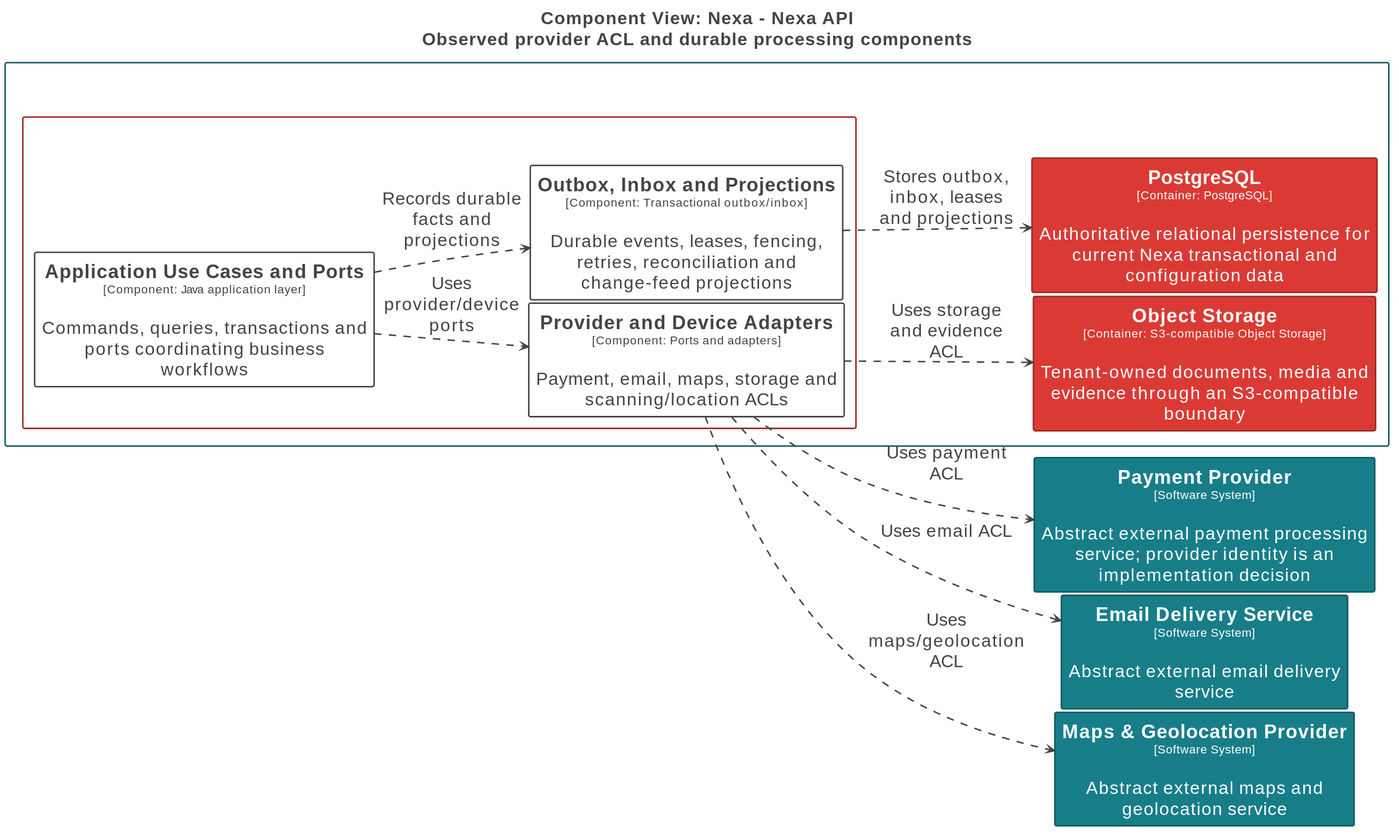
Earlier version of the PlantUML export 01-shared/architecture/c4/exports/l3/Nexa-API-IntegrationReliability-ASIS.svg (nexa-suite/blueprint). Source of this version:
```plantuml
@startuml
title <size:24>Component View: Nexa - Nexa API</size>\n<size:24>Observed provider ACL and durable processing components</size>

set separator none
left to right direction
skinparam ranksep 20
skinparam nodesep 5
hide stereotype

<style>
  root {
    BackgroundColor: #ffffff;
    FontColor: #444444;
  }
  // Element
  .Element-RWxlbWVudA== {
    BackgroundColor: #ffffff;
    LineColor: #444444;
    LineStyle: 0;
    LineThickness: 2;
    FontColor: #444444;
    FontSize: 24;
    HorizontalAlignment: center;
    Shadowing: 0;
    MaximumWidth: 450;
  }
  // Element,Container
  .Element-RWxlbWVudCxDb250YWluZXI= {
    BackgroundColor: #db3a34;
    LineColor: #992824;
    LineStyle: 0;
    LineThickness: 2;
    FontColor: #ffffff;
    FontSize: 24;
    HorizontalAlignment: center;
    Shadowing: 0;
    MaximumWidth: 450;
  }
  // Element,Software System
  .Element-RWxlbWVudCxTb2Z0d2FyZSBTeXN0ZW0= {
    BackgroundColor: #177e89;
    LineColor: #10585f;
    LineStyle: 0;
    LineThickness: 2;
    FontColor: #ffffff;
    FontSize: 24;
    HorizontalAlignment: center;
    Shadowing: 0;
    MaximumWidth: 450;
  }
  // Relationship
  .Relationship-UmVsYXRpb25zaGlw {
    LineThickness: 2;
    LineStyle: 10-10;
    LineColor: #444444;
    FontColor: #444444;
    FontSize: 24;
    MaximumWidth: 200;
  }
  // Nexa
  .Boundary-TmV4YQ== {
    BackgroundColor: #ffffff;
    LineColor: #10585f;
    LineStyle: 0;
    LineThickness: 2;
    FontColor: #ffffff;
    FontSize: 24;
    HorizontalAlignment: center;
    Shadowing: 0;
  }
  // Nexa API
  .Boundary-TmV4YSBBUEk= {
    BackgroundColor: #ffffff;
    LineColor: #992824;
    LineStyle: 0;
    LineThickness: 2;
    FontColor: #ffffff;
    FontSize: 24;
    HorizontalAlignment: center;
    Shadowing: 0;
  }
</style>

rectangle "==Payment Provider\n<size:16>[Software System]</size>\n\nAbstract external payment processing service; provider identity is an implementation decision" <<Element-RWxlbWVudCxTb2Z0d2FyZSBTeXN0ZW0=>> as PaymentProvider
rectangle "==Email Delivery Service\n<size:16>[Software System]</size>\n\nAbstract external email delivery service" <<Element-RWxlbWVudCxTb2Z0d2FyZSBTeXN0ZW0=>> as EmailDeliveryService
rectangle "==Maps & Geolocation Provider\n<size:16>[Software System]</size>\n\nAbstract external maps and geolocation service" <<Element-RWxlbWVudCxTb2Z0d2FyZSBTeXN0ZW0=>> as MapsGeolocationProvider

rectangle "Nexa\n<size:16>[Software System]</size>" <<Boundary-TmV4YQ==>> {
  rectangle "Nexa API\n<size:16>[Container: Java 25 / Spring Boot 4.1 / Spring Modulith modular monolith]</size>" <<Boundary-TmV4YSBBUEk=>> {
    rectangle "==Application Use Cases and Ports\n<size:16>[Component: Java application layer]</size>\n\nCommands, queries, transactions and ports coordinating business workflows" <<Element-RWxlbWVudA==>> as Nexa.NexaAPI.ApplicationUseCasesandPorts
    rectangle "==Provider and Device Adapters\n<size:16>[Component: Ports and adapters]</size>\n\nPayment, email, maps, storage and scanning/location ACLs" <<Element-RWxlbWVudA==>> as Nexa.NexaAPI.ProviderandDeviceAdapters
    rectangle "==Outbox, Inbox and Projections\n<size:16>[Component: Transactional outbox/inbox]</size>\n\nDurable events, leases, fencing, retries, reconciliation and change-feed projections" <<Element-RWxlbWVudA==>> as Nexa.NexaAPI.OutboxInboxandProjections
  }

  rectangle "==PostgreSQL\n<size:16>[Container: PostgreSQL]</size>\n\nAuthoritative relational persistence for current Nexa transactional and configuration data" <<Element-RWxlbWVudCxDb250YWluZXI=>> as Nexa.PostgreSQL
  rectangle "==Object Storage\n<size:16>[Container: S3-compatible Object Storage]</size>\n\nTenant-owned documents, media and evidence through an S3-compatible boundary" <<Element-RWxlbWVudCxDb250YWluZXI=>> as Nexa.ObjectStorage
}

Nexa.NexaAPI.ApplicationUseCasesandPorts --> Nexa.NexaAPI.ProviderandDeviceAdapters <<Relationship-UmVsYXRpb25zaGlw>> : "Uses provider/device ports"
Nexa.NexaAPI.ApplicationUseCasesandPorts --> Nexa.NexaAPI.OutboxInboxandProjections <<Relationship-UmVsYXRpb25zaGlw>> : "Records durable facts and projections"
Nexa.NexaAPI.OutboxInboxandProjections --> Nexa.PostgreSQL <<Relationship-UmVsYXRpb25zaGlw>> : "Stores outbox, inbox, leases and projections"
Nexa.NexaAPI.ProviderandDeviceAdapters --> PaymentProvider <<Relationship-UmVsYXRpb25zaGlw>> : "Uses payment ACL"
Nexa.NexaAPI.ProviderandDeviceAdapters --> EmailDeliveryService <<Relationship-UmVsYXRpb25zaGlw>> : "Uses email ACL"
Nexa.NexaAPI.ProviderandDeviceAdapters --> MapsGeolocationProvider <<Relationship-UmVsYXRpb25zaGlw>> : "Uses maps/geolocation ACL"
Nexa.NexaAPI.ProviderandDeviceAdapters --> Nexa.ObjectStorage <<Relationship-UmVsYXRpb25zaGlw>> : "Uses storage and evidence ACL"
@enduml
```
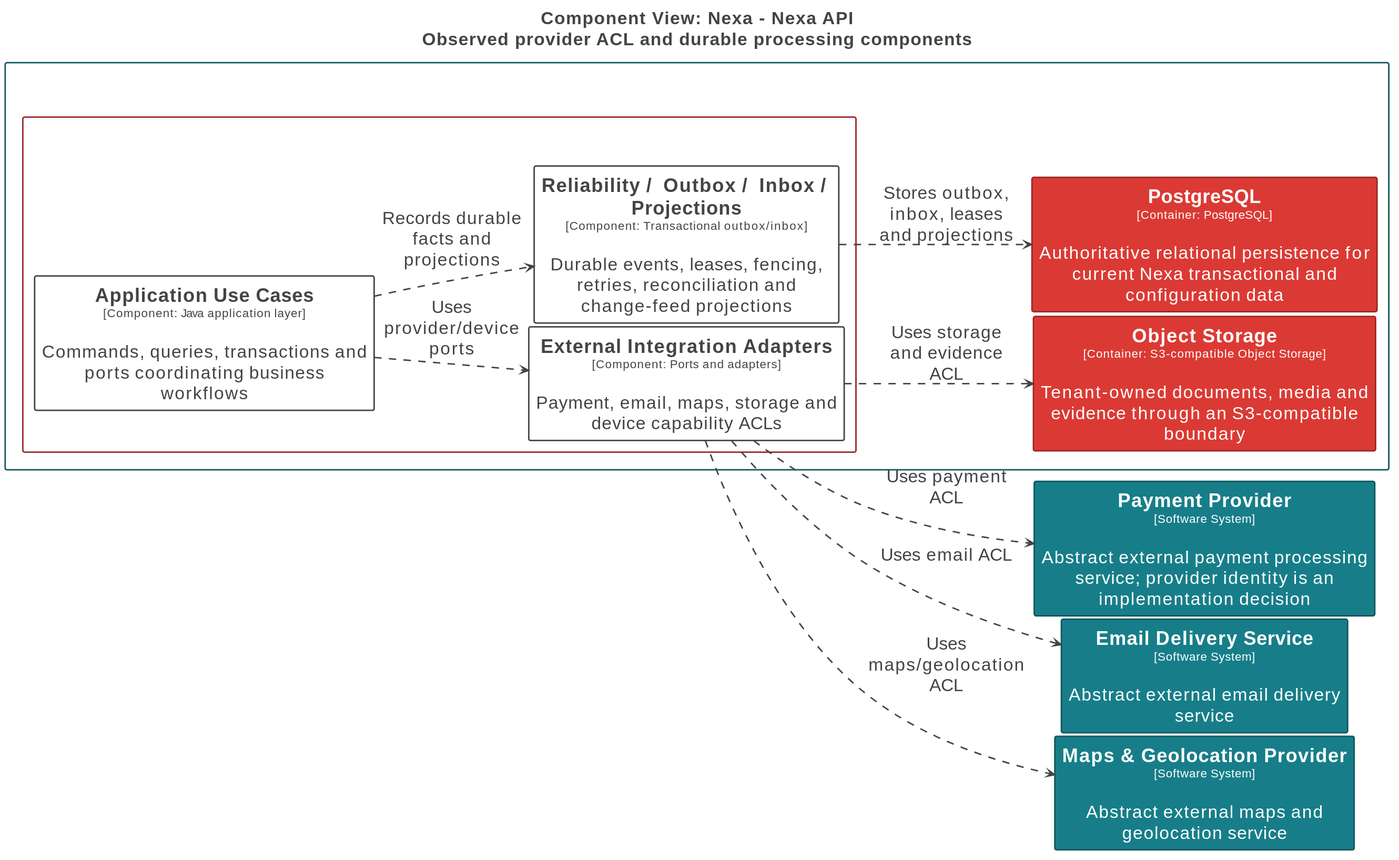
The same file after the commit.

The edit, as a diff of the source:
```diff
@@ -86,21 +86,21 @@
 rectangle "==Maps & Geolocation Provider\n<size:16>[Software System]</size>\n\nAbstract external maps and geolocation service" <<Element-RWxlbWVudCxTb2Z0d2FyZSBTeXN0ZW0=>> as MapsGeolocationProvider
 
 rectangle "Nexa\n<size:16>[Software System]</size>" <<Boundary-TmV4YQ==>> {
-  rectangle "Nexa API\n<size:16>[Container: Java 25 / Spring Boot 4.1 / Spring Modulith modular monolith]</size>" <<Boundary-TmV4YSBBUEk=>> {
-    rectangle "==Application Use Cases and Ports\n<size:16>[Component: Java application layer]</size>\n\nCommands, queries, transactions and ports coordinating business workflows" <<Element-RWxlbWVudA==>> as Nexa.NexaAPI.ApplicationUseCasesandPorts
-    rectangle "==Provider and Device Adapters\n<size:16>[Component: Ports and adapters]</size>\n\nPayment, email, maps, storage and scanning/location ACLs" <<Element-RWxlbWVudA==>> as Nexa.NexaAPI.ProviderandDeviceAdapters
-    rectangle "==Outbox, Inbox and Projections\n<size:16>[Component: Transactional outbox/inbox]</size>\n\nDurable events, leases, fencing, retries, reconciliation and change-feed projections" <<Element-RWxlbWVudA==>> as Nexa.NexaAPI.OutboxInboxandProjections
+  rectangle "Nexa API\n<size:16>[Container: Java 25 / Spring Boot 4.1 / Spring Modulith]</size>" <<Boundary-TmV4YSBBUEk=>> {
+    rectangle "==Application Use Cases\n<size:16>[Component: Java application layer]</size>\n\nCommands, queries, transactions and ports coordinating business workflows" <<Element-RWxlbWVudA==>> as Nexa.NexaAPI.ApplicationUseCases
+    rectangle "==External Integration Adapters\n<size:16>[Component: Ports and adapters]</size>\n\nPayment, email, maps, storage and device capability ACLs" <<Element-RWxlbWVudA==>> as Nexa.NexaAPI.ExternalIntegrationAdapters
+    rectangle "==Reliability / Outbox / Inbox / Projections\n<size:16>[Component: Transactional outbox/inbox]</size>\n\nDurable events, leases, fencing, retries, reconciliation and change-feed projections" <<Element-RWxlbWVudA==>> as Nexa.NexaAPI.ReliabilityOutboxInboxProjections
   }
 
   rectangle "==PostgreSQL\n<size:16>[Container: PostgreSQL]</size>\n\nAuthoritative relational persistence for current Nexa transactional and configuration data" <<Element-RWxlbWVudCxDb250YWluZXI=>> as Nexa.PostgreSQL
   rectangle "==Object Storage\n<size:16>[Container: S3-compatible Object Storage]</size>\n\nTenant-owned documents, media and evidence through an S3-compatible boundary" <<Element-RWxlbWVudCxDb250YWluZXI=>> as Nexa.ObjectStorage
 }
 
-Nexa.NexaAPI.ApplicationUseCasesandPorts --> Nexa.NexaAPI.ProviderandDeviceAdapters <<Relationship-UmVsYXRpb25zaGlw>> : "Uses provider/device ports"
-Nexa.NexaAPI.ApplicationUseCasesandPorts --> Nexa.NexaAPI.OutboxInboxandProjections <<Relationship-UmVsYXRpb25zaGlw>> : "Records durable facts and projections"
-Nexa.NexaAPI.OutboxInboxandProjections --> Nexa.PostgreSQL <<Relationship-UmVsYXRpb25zaGlw>> : "Stores outbox, inbox, leases and projections"
-Nexa.NexaAPI.ProviderandDeviceAdapters --> PaymentProvider <<Relationship-UmVsYXRpb25zaGlw>> : "Uses payment ACL"
-Nexa.NexaAPI.ProviderandDeviceAdapters --> EmailDeliveryService <<Relationship-UmVsYXRpb25zaGlw>> : "Uses email ACL"
-Nexa.NexaAPI.ProviderandDeviceAdapters --> MapsGeolocationProvider <<Relationship-UmVsYXRpb25zaGlw>> : "Uses maps/geolocation ACL"
-Nexa.NexaAPI.ProviderandDeviceAdapters --> Nexa.ObjectStorage <<Relationship-UmVsYXRpb25zaGlw>> : "Uses storage and evidence ACL"
+Nexa.NexaAPI.ApplicationUseCases --> Nexa.NexaAPI.ExternalIntegrationAdapters <<Relationship-UmVsYXRpb25zaGlw>> : "Uses provider/device ports"
+Nexa.NexaAPI.ApplicationUseCases --> Nexa.NexaAPI.ReliabilityOutboxInboxProjections <<Relationship-UmVsYXRpb25zaGlw>> : "Records durable facts and projections"
+Nexa.NexaAPI.ReliabilityOutboxInboxProjections --> Nexa.PostgreSQL <<Relationship-UmVsYXRpb25zaGlw>> : "Stores outbox, inbox, leases and projections"
+Nexa.NexaAPI.ExternalIntegrationAdapters --> PaymentProvider <<Relationship-UmVsYXRpb25zaGlw>> : "Uses payment ACL"
+Nexa.NexaAPI.ExternalIntegrationAdapters --> EmailDeliveryService <<Relationship-UmVsYXRpb25zaGlw>> : "Uses email ACL"
+Nexa.NexaAPI.ExternalIntegrationAdapters --> MapsGeolocationProvider <<Relationship-UmVsYXRpb25zaGlw>> : "Uses maps/geolocation ACL"
+Nexa.NexaAPI.ExternalIntegrationAdapters --> Nexa.ObjectStorage <<Relationship-UmVsYXRpb25zaGlw>> : "Uses storage and evidence ACL"
 @enduml
```
